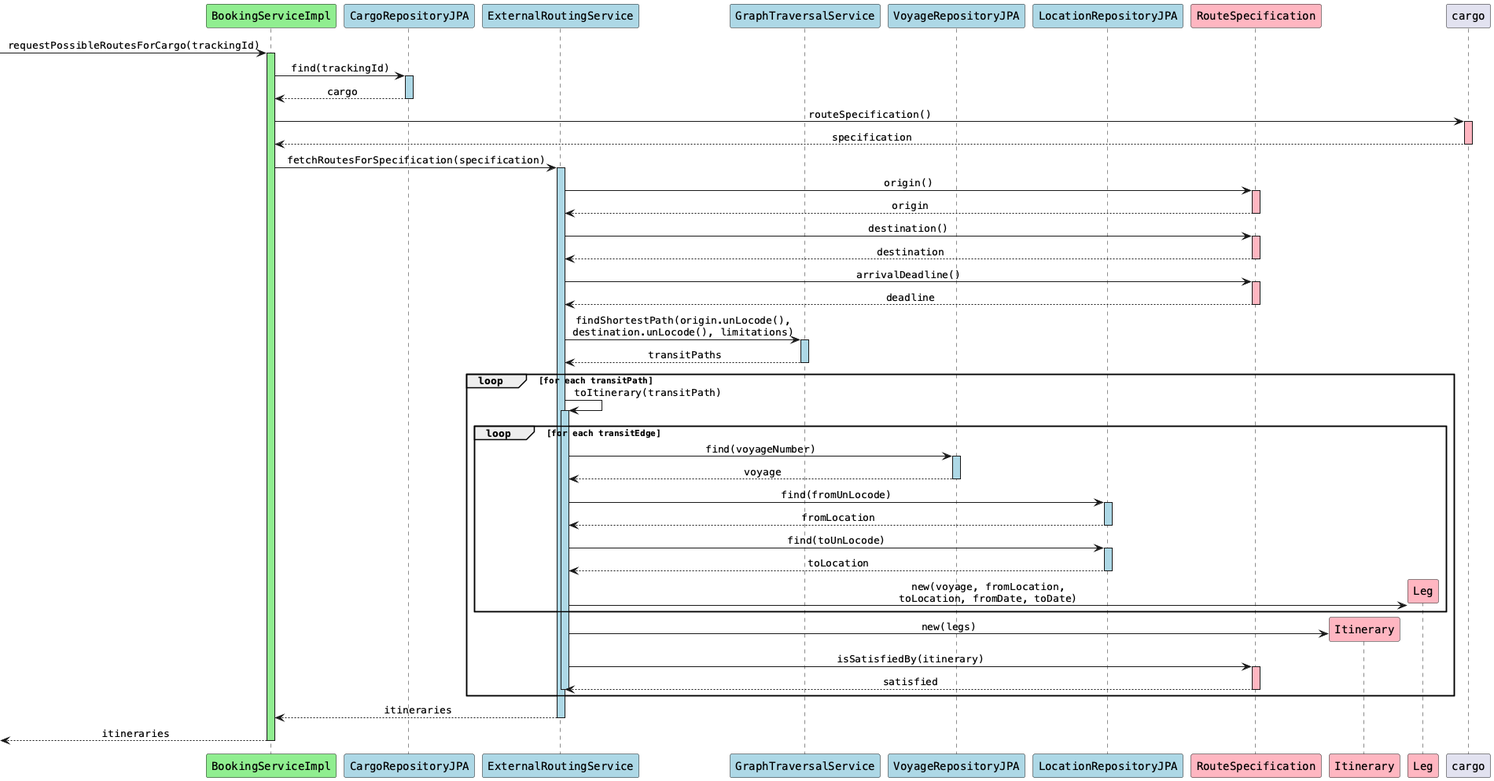
The PlantUML diagram diagrams/BookingServiceImpl_requestPossibleRoutesForCargo.png in aowss/dddsample-core, before a commit.
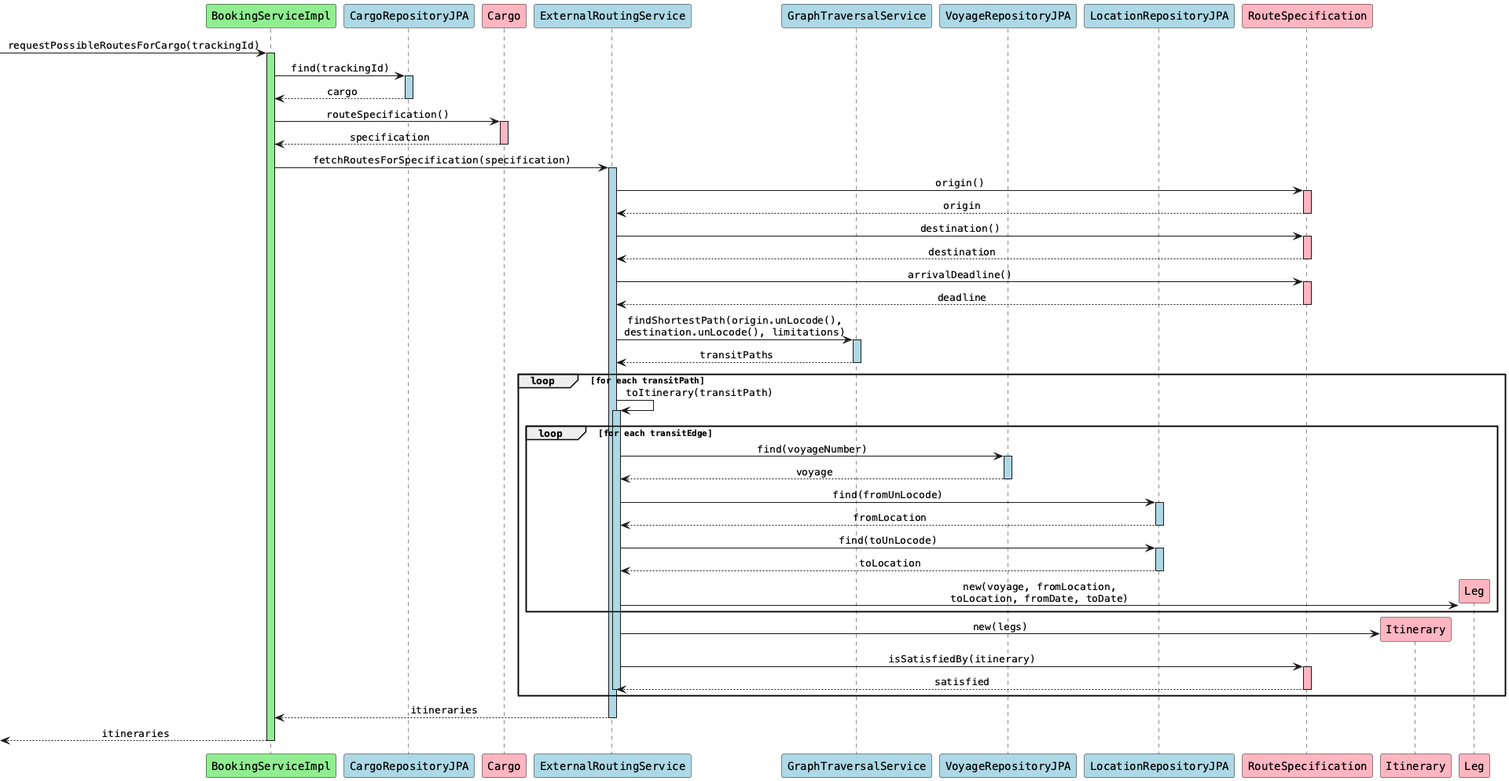
After the commit.

Diff of the diagram source:
```diff
@@ -5,6 +5,7 @@
 
 participant "BookingServiceImpl" as bs #lightgreen
 participant "CargoRepositoryJPA" as cr #lightblue
+participant "Cargo" as c #lightpink
 participant "ExternalRoutingService" as rs #lightblue
 participant "GraphTraversalService" as gts #lightblue
 participant "VoyageRepositoryJPA" as vr #lightblue
@@ -21,10 +22,10 @@
 cr --> bs: cargo
 deactivate cr
 
-bs -> cargo: routeSpecification()
-activate cargo #lightpink
-cargo --> bs: specification
-deactivate cargo
+bs -> c: routeSpecification()
+activate c #lightpink
+c --> bs: specification
+deactivate c
 
 bs -> rs: fetchRoutesForSpecification(specification)
 activate rs #lightblue
```
